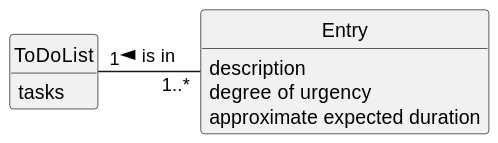
Above: docs/sprintC/us021/02.analysis/svg/us021-domain-model.svg in ricardomm7/leaflink (PlantUML), before the change.
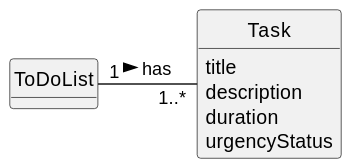
After the commit.

What changed in the source:
```diff
@@ -10,15 +10,17 @@
 hide methods
 
 
-class Entry {
+class Task {
+    title
     description
-    degree of urgency
-    approximate expected duration
+    duration
+    urgencyStatus
+
 }
 
 class ToDoList {
-    tasks
+
 }
 
-ToDoList "1" -"1..*" Entry: is in <
+ToDoList "1" -"1..*" Task: has >
 @enduml
```
